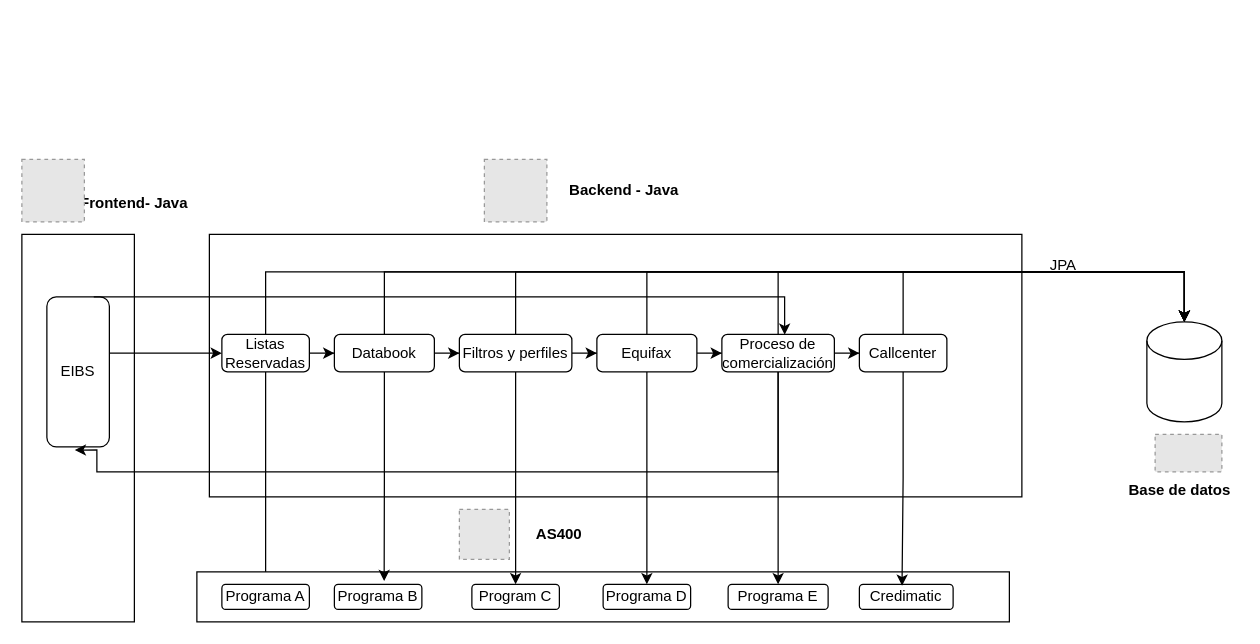
Earlier version of the draw.io diagram Diagrama sin título.drawio (GonzaloDavid/diagramas). Source tidied: cells renumbered, new cells numbered last; positions are measured from the earlier drawing's top-left corner, leaving out a move shared by most shapes. Both pictures are drawn from the tidied source at 125%, with x=0, y=0 at pixel (21, 159). Pictures stored in the file or linked from it are replaced by grey dashed boxes.
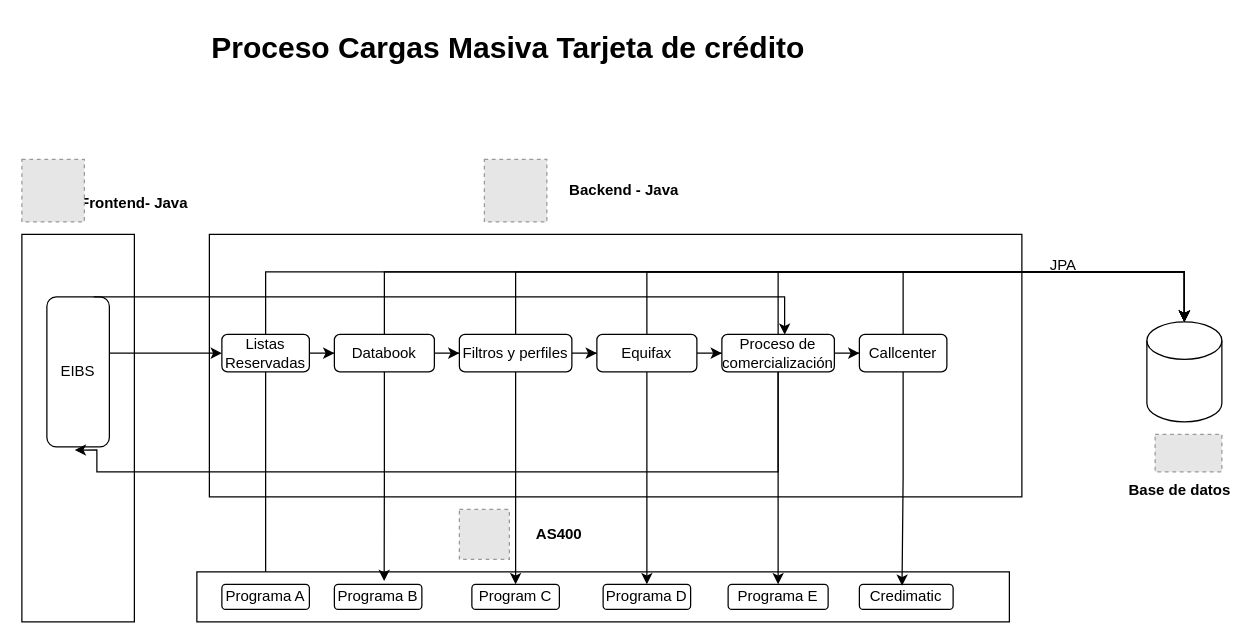
The same page after the edit.

Change to the diagram source:
```diff
@@
+    <mxCell id="48" value="&lt;h1 style=&quot;margin-top: 0px;&quot;&gt;Proceso Cargas Masiva Tarjeta de crédito&lt;/h1&gt;" style="text;html=1;whiteSpace=wrap;overflow=hidden;rounded=0;" parent="1" vertex="1">
+      <mxGeometry x="150" y="-110" width="740" height="50" as="geometry" />
+    </mxCell>
```
